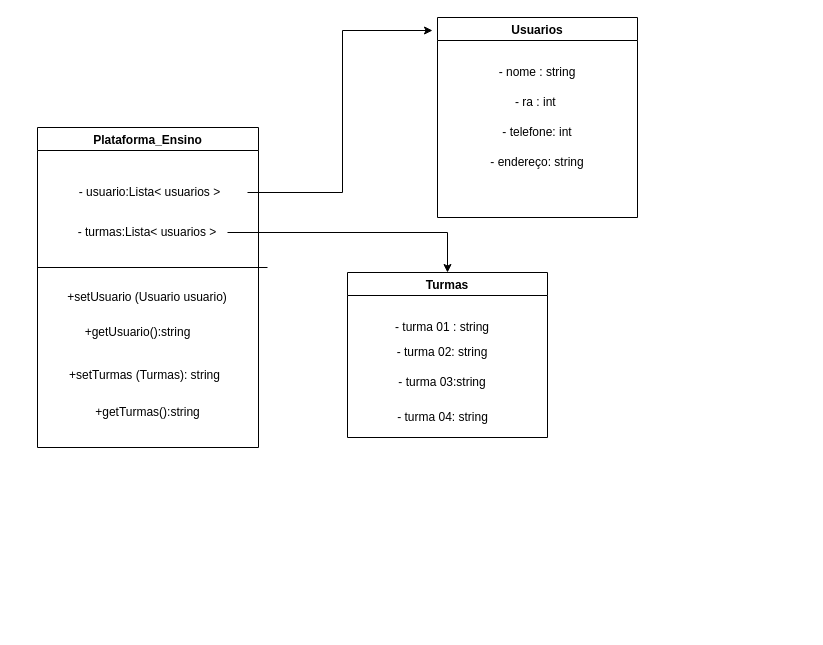
Before: Untitled Diagram.drawio in dsslleagion/Bertoti, a draw.io diagram. Source tidied: cells renumbered, new cells numbered last; positions are measured from the earlier drawing's top-left corner, leaving out a move shared by most shapes. Both pictures are drawn from the tidied source at 100%, with x=0, y=0 at pixel (28, 17).
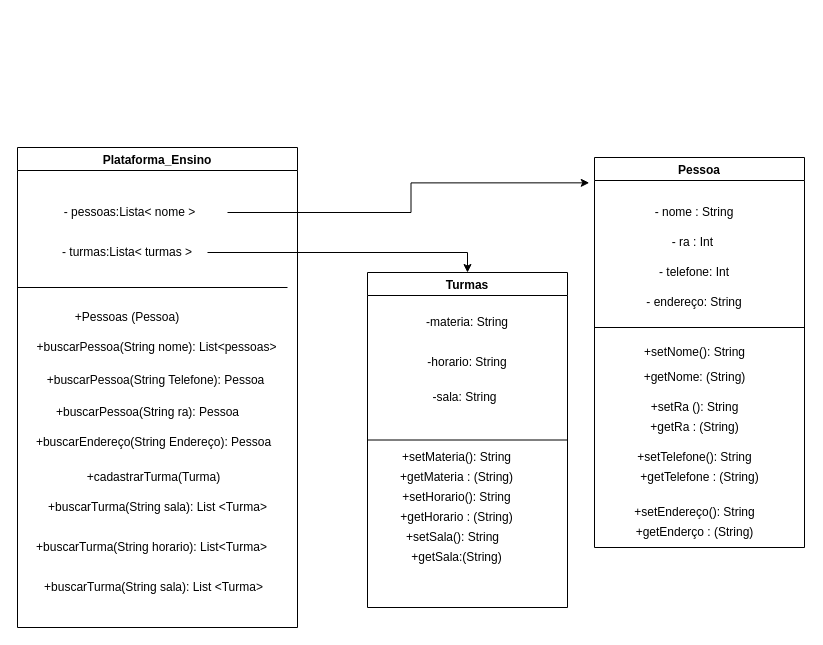
The same diagram, later.

The edit, as a diff of the source:
```diff
@@
-    <mxCell id="2" value="Usuarios" style="swimlane;" parent="1" vertex="1">
-      <mxGeometry x="409" width="200" height="200" as="geometry" />
+    <mxCell id="2" value="Pessoa" style="swimlane;" parent="1" vertex="1">
+      <mxGeometry x="566" y="140" width="210" height="390" as="geometry" />
     </mxCell>
-    <mxCell id="3" value="- nome : string" style="text;html=1;strokeColor=none;fillColor=none;align=center;verticalAlign=middle;whiteSpace=wrap;rounded=0;" parent="2" vertex="1">
+    <mxCell id="3" value="- nome : String" style="text;html=1;strokeColor=none;fillColor=none;align=center;verticalAlign=middle;whiteSpace=wrap;rounded=0;" parent="2" vertex="1">
       <mxGeometry x="10" y="40" width="180" height="30" as="geometry" />
     </mxCell>
-    <mxCell id="4" value="- ra : int&amp;nbsp;" style="text;html=1;strokeColor=none;fillColor=none;align=center;verticalAlign=middle;whiteSpace=wrap;rounded=0;" parent="2" vertex="1">
+    <mxCell id="4" value="- ra : Int&amp;nbsp;" style="text;html=1;strokeColor=none;fillColor=none;align=center;verticalAlign=middle;whiteSpace=wrap;rounded=0;" parent="2" vertex="1">
       <mxGeometry x="30" y="70" width="140" height="30" as="geometry" />
     </mxCell>
-    <mxCell id="5" value="- telefone: int" style="text;html=1;strokeColor=none;fillColor=none;align=center;verticalAlign=middle;whiteSpace=wrap;rounded=0;" parent="2" vertex="1">
+    <mxCell id="5" value="- telefone: Int" style="text;html=1;strokeColor=none;fillColor=none;align=center;verticalAlign=middle;whiteSpace=wrap;rounded=0;" parent="2" vertex="1">
       <mxGeometry y="100" width="200" height="30" as="geometry" />
     </mxCell>
-    <mxCell id="6" value="- endereço: string" style="text;html=1;strokeColor=none;fillColor=none;align=center;verticalAlign=middle;whiteSpace=wrap;rounded=0;" parent="2" vertex="1">
+    <mxCell id="6" value="- endereço: String" style="text;html=1;strokeColor=none;fillColor=none;align=center;verticalAlign=middle;whiteSpace=wrap;rounded=0;" parent="2" vertex="1">
       <mxGeometry x="25" y="130" width="150" height="30" as="geometry" />
     </mxCell>
+    <mxCell id="22" style="endArrow=none;html=1;rounded=0;" parent="2" edge="1">
+      <mxGeometry relative="1" as="geometry">
+        <mxPoint y="170" as="sourcePoint" />
+        <mxPoint x="210" y="170" as="targetPoint" />
+      </mxGeometry>
+    </mxCell>
+    <mxCell id="23" value="+setNome(): String" style="text;html=1;align=center;verticalAlign=middle;strokeColor=none;fillColor=none;" parent="2" vertex="1">
+      <mxGeometry x="40" y="185" width="120" height="20" as="geometry" />
+    </mxCell>
+    <mxCell id="24" value="+getNome: (String)" style="text;html=1;align=center;verticalAlign=middle;strokeColor=none;fillColor=none;" parent="2" vertex="1">
+      <mxGeometry x="40" y="210" width="120" height="20" as="geometry" />
+    </mxCell>
+    <mxCell id="25" value="+setRa (): String" style="text;html=1;align=center;verticalAlign=middle;strokeColor=none;fillColor=none;" parent="2" vertex="1">
+      <mxGeometry x="50" y="240" width="100" height="20" as="geometry" />
+    </mxCell>
+    <mxCell id="26" value="+getRa : (String)" style="text;html=1;align=center;verticalAlign=middle;strokeColor=none;fillColor=none;" parent="2" vertex="1">
+      <mxGeometry x="50" y="260" width="100" height="20" as="geometry" />
+    </mxCell>
+    <mxCell id="27" value="+getTelefone : (String)" style="text;html=1;align=center;verticalAlign=middle;strokeColor=none;fillColor=none;" parent="2" vertex="1">
+      <mxGeometry x="35" y="310" width="140" height="20" as="geometry" />
+    </mxCell>
+    <mxCell id="28" value="+setTelefone(): String" style="text;html=1;align=center;verticalAlign=middle;strokeColor=none;fillColor=none;" parent="2" vertex="1">
+      <mxGeometry x="35" y="290" width="130" height="20" as="geometry" />
+    </mxCell>
+    <mxCell id="29" value="+setEndereço(): String" style="text;html=1;align=center;verticalAlign=middle;strokeColor=none;fillColor=none;" parent="2" vertex="1">
+      <mxGeometry x="30" y="345" width="140" height="20" as="geometry" />
+    </mxCell>
+    <mxCell id="30" value="+getEnderço : (String)" style="text;html=1;align=center;verticalAlign=middle;strokeColor=none;fillColor=none;" parent="2" vertex="1">
+      <mxGeometry x="35" y="365" width="130" height="20" as="geometry" />
+    </mxCell>
     <mxCell id="7" value="Turmas" style="swimlane;" parent="1" vertex="1">
-      <mxGeometry x="319" y="255" width="200" height="165" as="geometry" />
+      <mxGeometry x="339" y="255" width="200" height="335" as="geometry" />
     </mxCell>
-    <mxCell id="8" value="- turma 01 : string" style="text;html=1;strokeColor=none;fillColor=none;align=center;verticalAlign=middle;whiteSpace=wrap;rounded=0;" parent="7" vertex="1">
-      <mxGeometry x="10" y="40" width="170" height="30" as="geometry" />
-    </mxCell>
-    <mxCell id="9" value="- turma 02: string" style="text;html=1;strokeColor=none;fillColor=none;align=center;verticalAlign=middle;whiteSpace=wrap;rounded=0;" parent="7" vertex="1">
-      <mxGeometry x="10" y="55" width="170" height="50" as="geometry" />
+    <mxCell id="9" value="-materia: String" style="text;html=1;strokeColor=none;fillColor=none;align=center;verticalAlign=middle;whiteSpace=wrap;rounded=0;" parent="7" vertex="1">
+      <mxGeometry x="15" y="25" width="170" height="50" as="geometry" />
     </mxCell>
-    <mxCell id="10" value="- turma 03:string" style="text;html=1;strokeColor=none;fillColor=none;align=center;verticalAlign=middle;whiteSpace=wrap;rounded=0;" parent="7" vertex="1">
-      <mxGeometry x="25" y="85" width="140" height="50" as="geometry" />
+    <mxCell id="10" value="-horario: String" style="text;html=1;strokeColor=none;fillColor=none;align=center;verticalAlign=middle;whiteSpace=wrap;rounded=0;" parent="7" vertex="1">
+      <mxGeometry x="30" y="65" width="140" height="50" as="geometry" />
     </mxCell>
-    <mxCell id="11" value="- turma 04: string&lt;br&gt;" style="text;html=1;strokeColor=none;fillColor=none;align=center;verticalAlign=middle;whiteSpace=wrap;rounded=0;" parent="7" vertex="1">
-      <mxGeometry x="12.5" y="125" width="165" height="40" as="geometry" />
+    <mxCell id="11" value="-sala: String" style="text;html=1;strokeColor=none;fillColor=none;align=center;verticalAlign=middle;whiteSpace=wrap;rounded=0;" parent="7" vertex="1">
+      <mxGeometry x="15" y="105" width="165" height="40" as="geometry" />
     </mxCell>
+    <mxCell id="31" value="+setMateria(): String" style="text;html=1;align=center;verticalAlign=middle;strokeColor=none;fillColor=none;" parent="7" vertex="1">
+      <mxGeometry x="24" y="175" width="130" height="20" as="geometry" />
+    </mxCell>
+    <mxCell id="32" value="+getMateria : (String)" style="text;html=1;align=center;verticalAlign=middle;strokeColor=none;fillColor=none;" parent="7" vertex="1">
+      <mxGeometry x="24" y="195" width="130" height="20" as="geometry" />
+    </mxCell>
+    <mxCell id="33" value="+getHorario : (String)" style="text;html=1;align=center;verticalAlign=middle;strokeColor=none;fillColor=none;" parent="7" vertex="1">
+      <mxGeometry x="24" y="235" width="130" height="20" as="geometry" />
+    </mxCell>
+    <mxCell id="34" value="+setHorario(): String" style="text;html=1;align=center;verticalAlign=middle;strokeColor=none;fillColor=none;" parent="7" vertex="1">
+      <mxGeometry x="24" y="215" width="130" height="20" as="geometry" />
+    </mxCell>
+    <mxCell id="35" value="+setSala(): String" style="text;html=1;align=center;verticalAlign=middle;strokeColor=none;fillColor=none;" parent="7" vertex="1">
+      <mxGeometry x="30" y="255" width="110" height="20" as="geometry" />
+    </mxCell>
+    <mxCell id="36" value="+getSala:(String)" style="text;html=1;align=center;verticalAlign=middle;strokeColor=none;fillColor=none;" parent="7" vertex="1">
+      <mxGeometry x="34" y="275" width="110" height="20" as="geometry" />
+    </mxCell>
     <mxCell id="12" value="Plataforma_Ensino" style="swimlane;" parent="1" vertex="1">
-      <mxGeometry x="9" y="110" width="221" height="320" as="geometry" />
+      <mxGeometry x="-11" y="130" width="280" height="480" as="geometry" />
     </mxCell>
-    <mxCell id="13" value="- usuario:Lista&amp;lt; usuarios &amp;gt;" style="text;html=1;strokeColor=none;fillColor=none;align=center;verticalAlign=middle;whiteSpace=wrap;rounded=0;" parent="12" vertex="1">
+    <mxCell id="13" value="- pessoas:Lista&amp;lt; nome &amp;gt;" style="text;html=1;strokeColor=none;fillColor=none;align=center;verticalAlign=middle;whiteSpace=wrap;rounded=0;" parent="12" vertex="1">
       <mxGeometry x="15" y="50" width="195" height="30" as="geometry" />
     </mxCell>
-    <mxCell id="14" value="- turmas:Lista&amp;lt; usuarios &amp;gt;" style="text;html=1;strokeColor=none;fillColor=none;align=center;verticalAlign=middle;whiteSpace=wrap;rounded=0;" parent="12" vertex="1">
+    <mxCell id="14" value="- turmas:Lista&amp;lt; turmas&amp;nbsp;&amp;gt;" style="text;html=1;strokeColor=none;fillColor=none;align=center;verticalAlign=middle;whiteSpace=wrap;rounded=0;" parent="12" vertex="1">
       <mxGeometry x="30" y="90" width="160" height="30" as="geometry" />
     </mxCell>
     <mxCell id="15" style="endArrow=none;html=1;rounded=0;" parent="12" edge="1">
       <mxGeometry relative="1" as="geometry">
         <mxPoint y="140" as="sourcePoint" />
-        <mxPoint x="230" y="140" as="targetPoint" />
+        <mxPoint x="270" y="140" as="targetPoint" />
       </mxGeometry>
     </mxCell>
-    <mxCell id="16" value="+setUsuario (Usuario usuario)" style="text;html=1;strokeColor=none;fillColor=none;align=center;verticalAlign=middle;whiteSpace=wrap;rounded=0;" parent="12" vertex="1">
+    <mxCell id="16" value="+Pessoas (Pessoa)" style="text;html=1;strokeColor=none;fillColor=none;align=center;verticalAlign=middle;whiteSpace=wrap;rounded=0;" parent="12" vertex="1">
       <mxGeometry x="15" y="150" width="190" height="40" as="geometry" />
     </mxCell>
-    <mxCell id="17" value="+getUsuario():string" style="text;html=1;strokeColor=none;fillColor=none;align=center;verticalAlign=middle;whiteSpace=wrap;rounded=0;" parent="12" vertex="1">
-      <mxGeometry x="-9" y="190" width="219" height="30" as="geometry" />
+    <mxCell id="17" value="+buscarPessoa(String nome): List&amp;lt;pessoas&amp;gt;" style="text;html=1;strokeColor=none;fillColor=none;align=center;verticalAlign=middle;whiteSpace=wrap;rounded=0;" parent="12" vertex="1">
+      <mxGeometry y="180" width="279" height="40" as="geometry" />
     </mxCell>
-    <mxCell id="18" value="+setTurmas (Turmas): string" style="text;html=1;strokeColor=none;fillColor=none;align=center;verticalAlign=middle;whiteSpace=wrap;rounded=0;" parent="12" vertex="1">
-      <mxGeometry x="15" y="235" width="185" height="25" as="geometry" />
+    <mxCell id="18" value="+buscarPessoa(String Telefone): Pessoa" style="text;html=1;strokeColor=none;fillColor=none;align=center;verticalAlign=middle;whiteSpace=wrap;rounded=0;" parent="12" vertex="1">
+      <mxGeometry x="6" y="220" width="265" height="25" as="geometry" />
     </mxCell>
-    <mxCell id="19" value="+getTurmas():string" style="text;html=1;strokeColor=none;fillColor=none;align=center;verticalAlign=middle;whiteSpace=wrap;rounded=0;" parent="12" vertex="1">
-      <mxGeometry x="21" y="270" width="179" height="30" as="geometry" />
+    <mxCell id="19" value="+buscarPessoa(String ra): Pessoa" style="text;html=1;strokeColor=none;fillColor=none;align=center;verticalAlign=middle;whiteSpace=wrap;rounded=0;" parent="12" vertex="1">
+      <mxGeometry x="6" y="245" width="249" height="40" as="geometry" />
     </mxCell>
+    <mxCell id="37" value="+buscarEndereço(String Endereço): Pessoa" style="text;html=1;align=center;verticalAlign=middle;strokeColor=none;fillColor=none;" parent="12" vertex="1">
+      <mxGeometry x="6" y="285" width="260" height="20" as="geometry" />
+    </mxCell>
+    <mxCell id="38" value="+cadastrarTurma(Turma)" style="text;html=1;align=center;verticalAlign=middle;strokeColor=none;fillColor=none;" parent="12" vertex="1">
+      <mxGeometry x="61" y="320" width="150" height="20" as="geometry" />
+    </mxCell>
+    <mxCell id="39" value="+buscarTurma(String sala): List &amp;lt;Turma&amp;gt;" style="text;html=1;align=center;verticalAlign=middle;strokeColor=none;fillColor=none;" parent="12" vertex="1">
+      <mxGeometry x="20" y="350" width="240" height="20" as="geometry" />
+    </mxCell>
+    <mxCell id="40" value="+buscarTurma(String horario): List&amp;lt;Turma&amp;gt;" style="text;html=1;align=center;verticalAlign=middle;strokeColor=none;fillColor=none;" parent="12" vertex="1">
+      <mxGeometry x="8.5" y="390" width="250" height="20" as="geometry" />
+    </mxCell>
+    <mxCell id="41" value="+buscarTurma(String sala): List &amp;lt;Turma&amp;gt;" style="text;html=1;align=center;verticalAlign=middle;strokeColor=none;fillColor=none;" parent="12" vertex="1">
+      <mxGeometry x="16" y="430" width="240" height="20" as="geometry" />
+    </mxCell>
@@
+    <mxCell id="42" style="endArrow=none;html=1;rounded=0;entryX=1;entryY=0.5;entryDx=0;entryDy=0;exitX=0;exitY=0.5;exitDx=0;exitDy=0;" parent="1" edge="1" source="7" target="7">
+      <mxGeometry relative="1" as="geometry" />
+    </mxCell>
```
